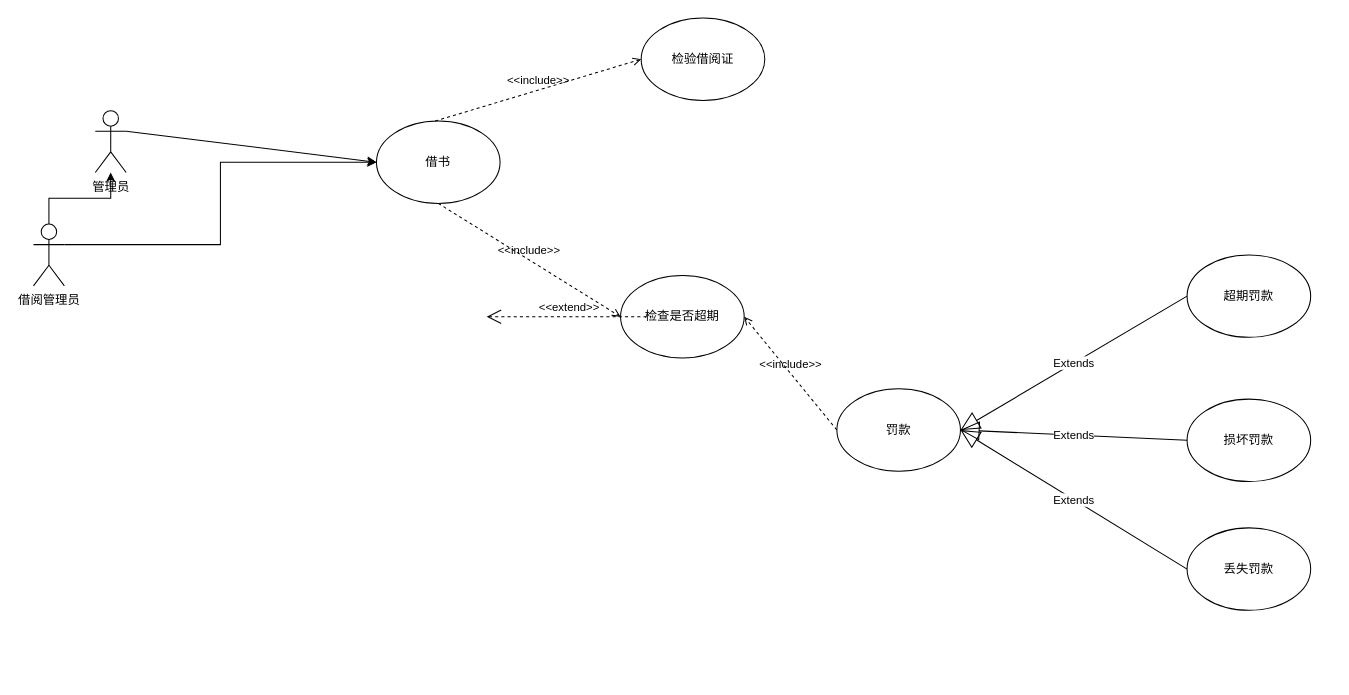
liuyang0228/git-demo keeps this draw.io diagram as 未命名绘图.drawio. Above is the earlier version. Source tidied: cells renumbered, new cells numbered last; positions are measured from the earlier drawing's top-left corner, leaving out a move shared by most shapes. Both pictures are drawn from the tidied source at 103%, with x=0, y=0 at pixel (33, 18).
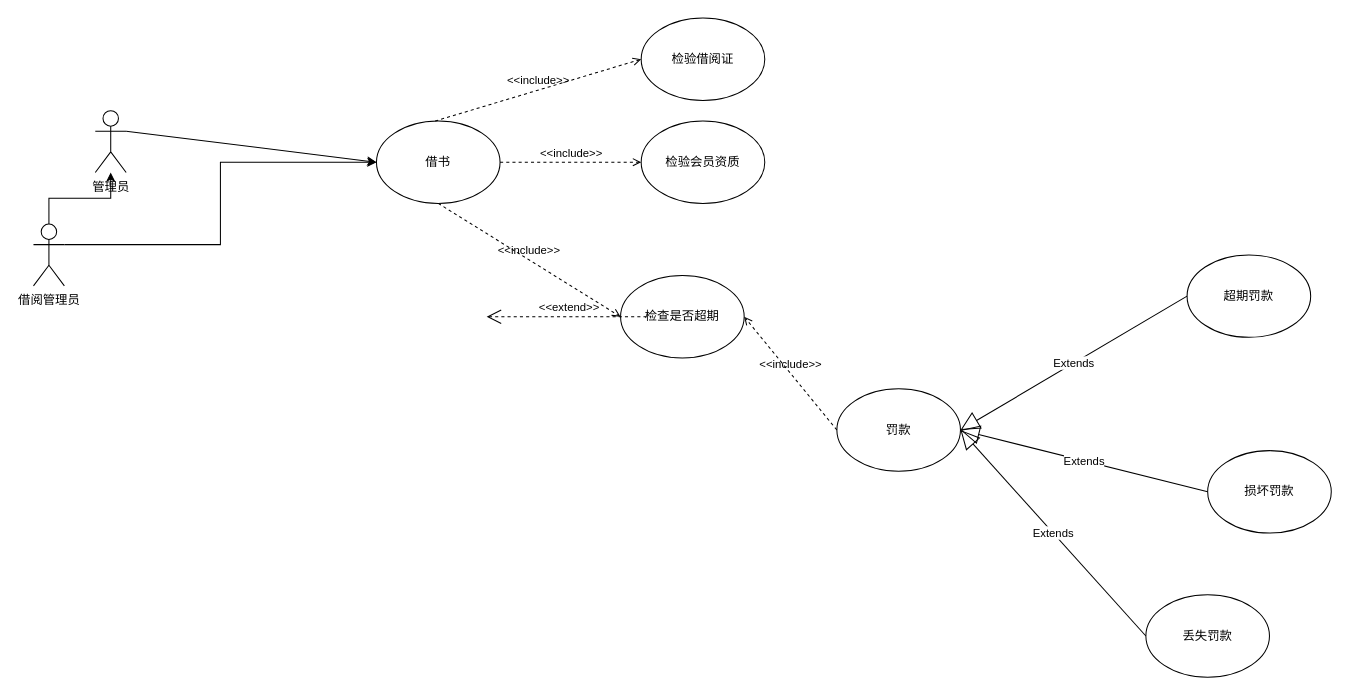
Above is the later version.

Commit message:
更新未命名绘图.drawio

Unchanged cells that the change refers to:
```xml
<mxCell id="6" value="借书" style="ellipse;whiteSpace=wrap;html=1;" parent="1" vertex="1">
  <mxGeometry x="333" y="100" width="120" height="80" as="geometry" />
</mxCell>
<mxCell id="9" value="罚款" style="ellipse;whiteSpace=wrap;html=1;" parent="1" vertex="1">
  <mxGeometry x="780" y="360" width="120" height="80" as="geometry" />
</mxCell>
```

The edit, as a diff of the source:
```diff
@@
     <mxCell id="11" value="损坏罚款" style="ellipse;whiteSpace=wrap;html=1;" parent="1" vertex="1">
-      <mxGeometry x="1120" y="370" width="120" height="80" as="geometry" />
+      <mxGeometry x="1140" y="420" width="120" height="80" as="geometry" />
     </mxCell>
     <mxCell id="12" value="丢失罚款" style="ellipse;whiteSpace=wrap;html=1;" parent="1" vertex="1">
-      <mxGeometry x="1120" y="495" width="120" height="80" as="geometry" />
+      <mxGeometry x="1080" y="560" width="120" height="80" as="geometry" />
     </mxCell>
@@
-    <mxCell id="18" value="Extends" style="endArrow=block;endSize=16;endFill=0;html=1;rounded=0;exitX=0;exitY=0.5;exitDx=0;exitDy=0;" parent="1" edge="1" source="11">
-      <mxGeometry relative="1" as="geometry">
-        <mxPoint x="900" y="400" as="targetPoint" />
-      </mxGeometry>
+    <mxCell id="18" value="Extends" style="endArrow=block;endSize=16;endFill=0;html=1;rounded=0;exitX=0;exitY=0.5;exitDx=0;exitDy=0;entryX=1;entryY=0.5;entryDx=0;entryDy=0;" parent="1" edge="1" source="11" target="9">
+      <mxGeometry relative="1" as="geometry" />
     </mxCell>
-    <mxCell id="19" value="Extends" style="endArrow=block;endSize=16;endFill=0;html=1;rounded=0;exitX=0;exitY=0.5;exitDx=0;exitDy=0;" parent="1" edge="1" source="12">
-      <mxGeometry relative="1" as="geometry">
-        <mxPoint x="900" y="400" as="targetPoint" />
-      </mxGeometry>
+    <mxCell id="19" value="Extends" style="endArrow=block;endSize=16;endFill=0;html=1;rounded=0;exitX=0;exitY=0.5;exitDx=0;exitDy=0;entryX=1;entryY=0.5;entryDx=0;entryDy=0;" parent="1" edge="1" source="12" target="9">
+      <mxGeometry relative="1" as="geometry" />
     </mxCell>
@@
+    <mxCell id="21" value="检验会员资质" style="ellipse;whiteSpace=wrap;html=1;" parent="1" vertex="1">
+      <mxGeometry x="590" y="100" width="120" height="80" as="geometry" />
+    </mxCell>
+    <mxCell id="22" value="&amp;lt;&amp;lt;include&amp;gt;&amp;gt;" style="html=1;verticalAlign=bottom;labelBackgroundColor=none;endArrow=open;endFill=0;dashed=1;rounded=0;exitX=1;exitY=0.5;exitDx=0;exitDy=0;entryX=0;entryY=0.5;entryDx=0;entryDy=0;" parent="1" edge="1" source="6" target="21">
+      <mxGeometry relative="1" as="geometry" />
+    </mxCell>
```
